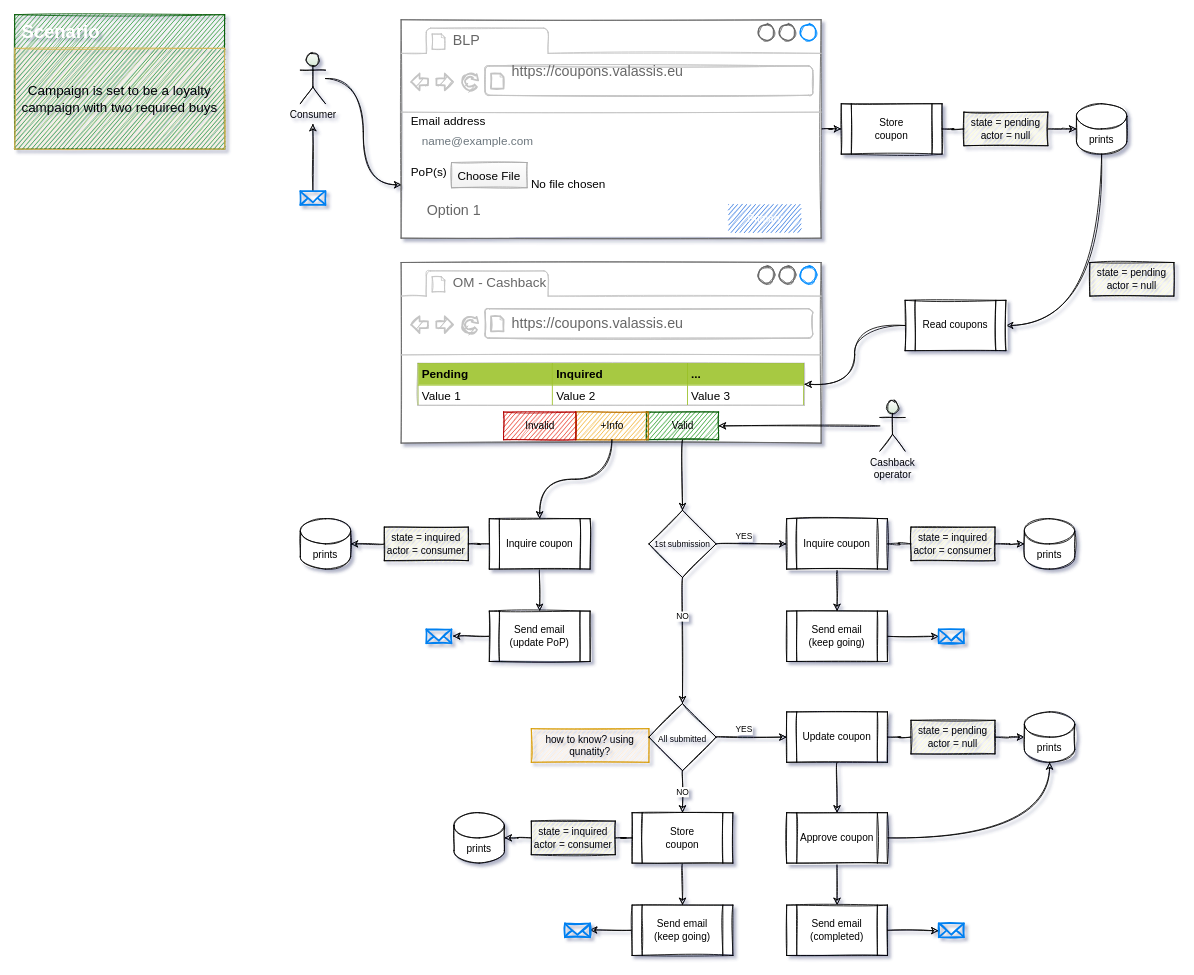
The draw.io diagram page "User flow" (1 of 3) of loyalty/User Flow.drawio in valassis-fcalle/diagramas.net, before the edit. Source tidied: cells renumbered, new cells numbered last; positions are measured from the earlier drawing's top-left corner, leaving out a move shared by most shapes. Both pictures are drawn from the tidied source at 84%, with x=0, y=0 at pixel (14, 14).
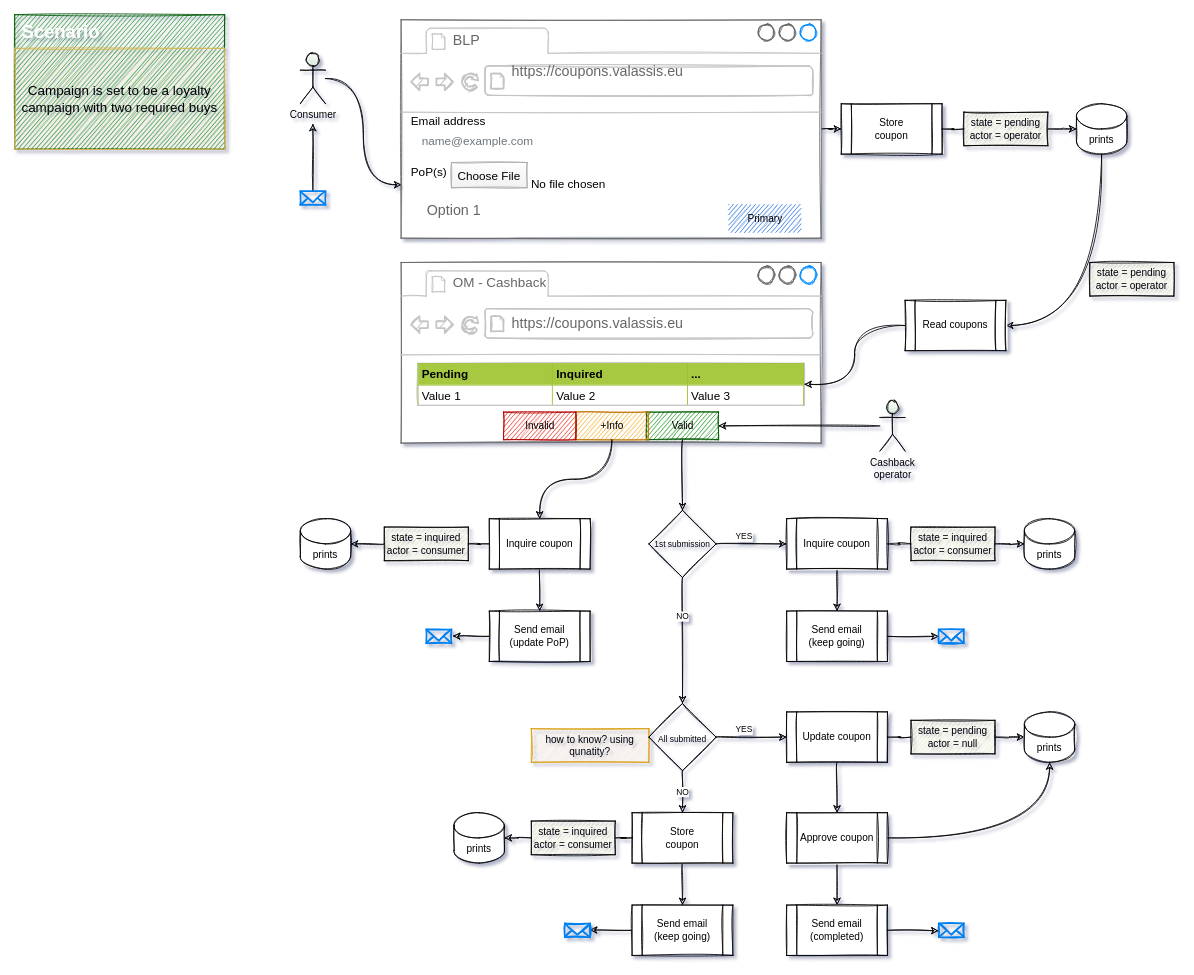
The same page after the edit.

Unchanged cells that the change refers to:
```xml
<mxCell id="10" style="group;sketch=1;rounded=0;" parent="8" vertex="1">
  <mxGeometry x="10" y="50" width="466" height="203" as="geometry" />
</mxCell>
```

Diff of the diagram source:
```diff
@@
-    <mxCell id="16" value="Primary" style="rounded=0;fillColor=#0057D8;strokeColor=none;html=1;fontColor=#ffffff;align=center;verticalAlign=middle;fontStyle=0;fontSize=12;sketch=1;" parent="10" vertex="1">
+    <mxCell id="16" value="&lt;font color=&quot;#000000&quot;&gt;Primary&lt;/font&gt;" style="rounded=0;fillColor=#0057D8;strokeColor=none;html=1;fontColor=#ffffff;align=center;verticalAlign=middle;fontStyle=0;fontSize=12;sketch=1;" parent="10" vertex="1">
       <mxGeometry x="380" y="170" width="86" height="33" as="geometry" />
     </mxCell>
@@
-    <mxCell id="70" value="state = pending&lt;br&gt;actor = null" style="text;html=1;strokeColor=default;fillColor=#FFFFCC;align=center;verticalAlign=middle;whiteSpace=wrap;rounded=0;gradientColor=none;sketch=1;" parent="1" vertex="1">
+    <mxCell id="70" value="state = pending&lt;br&gt;actor = operator" style="text;html=1;strokeColor=default;fillColor=#FFFFCC;align=center;verticalAlign=middle;whiteSpace=wrap;rounded=0;gradientColor=none;sketch=1;" parent="1" vertex="1">
       <mxGeometry x="1130" y="116" width="100" height="40" as="geometry" />
     </mxCell>
@@
-    <mxCell id="87" value="state = pending&lt;br&gt;actor = null" style="text;html=1;strokeColor=default;fillColor=#FFFFCC;align=center;verticalAlign=middle;whiteSpace=wrap;rounded=0;gradientColor=none;sketch=1;" parent="1" vertex="1">
+    <mxCell id="87" value="state = pending&lt;br&gt;actor = operator" style="text;html=1;strokeColor=default;fillColor=#FFFFCC;align=center;verticalAlign=middle;whiteSpace=wrap;rounded=0;gradientColor=none;sketch=1;" parent="1" vertex="1">
       <mxGeometry x="1280" y="295" width="100" height="40" as="geometry" />
     </mxCell>
```
